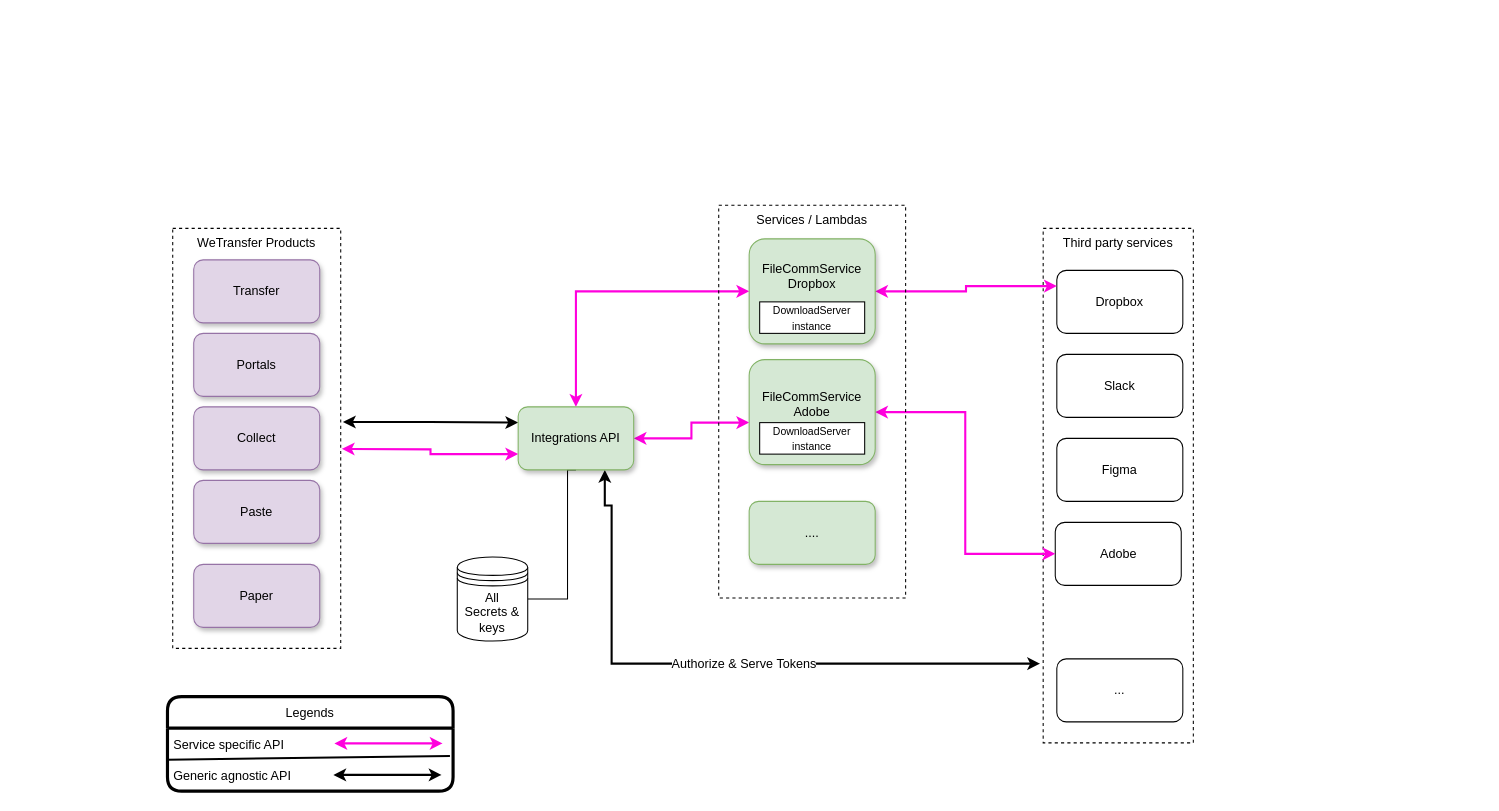
Above: arch/integrations_architecture_custom_v1.drawio in lao/integration-auth-poc (draw.io), before the change. Source tidied: cells renumbered, new cells numbered last; positions are measured from the earlier drawing's top-left corner, leaving out a move shared by most shapes. Both pictures are drawn from the tidied source at 105%, with x=0, y=0 at pixel (167, 205).
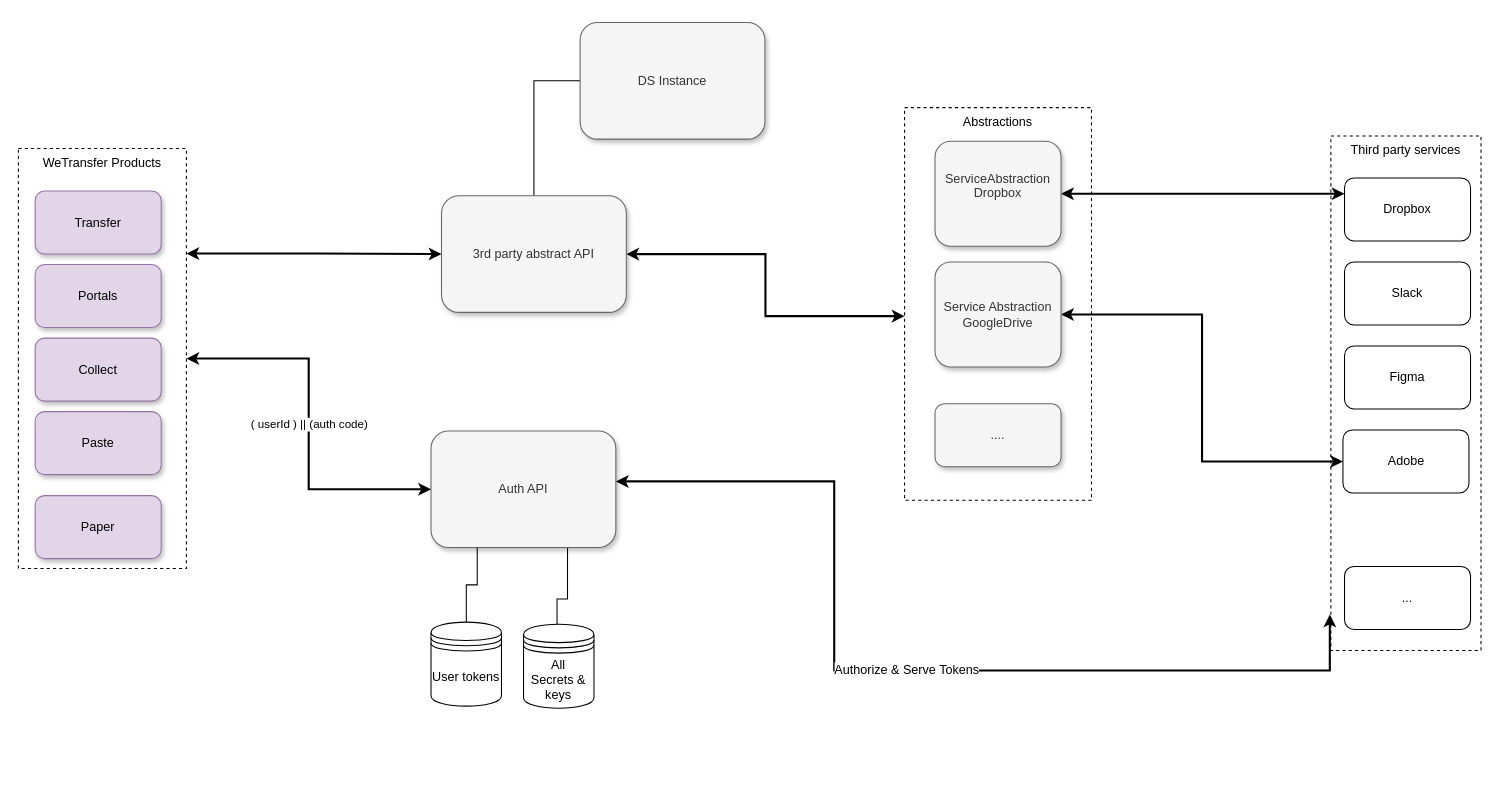
After the change.

Commit message (it also covers changes not shown here):
Add integration bridge architecture diagram

The change refers to these unchanged cells:
```xml
<mxCell id="16" value="Third party services" style="rounded=0;whiteSpace=wrap;html=1;fillColor=none;verticalAlign=top;dashed=1;" parent="15" vertex="1">
  <mxGeometry width="143" height="490" as="geometry" />
</mxCell>
<mxCell id="17" value="Dropbox" style="rounded=1;whiteSpace=wrap;html=1;shadow=0;" parent="15" vertex="1">
  <mxGeometry x="13" y="40" width="120" height="60" as="geometry" />
</mxCell>
<mxCell id="20" value="Adobe" style="rounded=1;whiteSpace=wrap;html=1;shadow=0;" parent="15" vertex="1">
  <mxGeometry x="11.5" y="280" width="120" height="60" as="geometry" />
</mxCell>
<mxCell id="26" style="group;strokeWidth=12;rounded=1;" parent="25" vertex="1">
  <mxGeometry width="178" height="374" as="geometry" />
</mxCell>
<mxCell id="29" style="group;" parent="25" vertex="1">
  <mxGeometry x="29" y="32" width="120" height="100" as="geometry" />
</mxCell>
<mxCell id="32" style="group;" parent="25" vertex="1">
  <mxGeometry x="29" y="147" width="120" height="100" as="geometry" />
</mxCell>
```

Diff of the diagram source:
```diff
@@
-    <mxCell id="2" style="edgeStyle=orthogonalEdgeStyle;rounded=0;jettySize=auto;html=1;exitX=1.013;exitY=0.461;exitDx=0;exitDy=0;entryX=0;entryY=0.25;entryDx=0;entryDy=0;startArrow=classic;startFill=1;exitPerimeter=0;strokeWidth=2;" parent="1" edge="1" source="3" target="13">
-      <mxGeometry relative="1" as="geometry" />
-    </mxCell>
-    <mxCell id="3" value="WeTransfer Products" style="rounded=0;whiteSpace=wrap;html=1;fillColor=none;dashed=1;verticalAlign=top;" parent="1" vertex="1">
-      <mxGeometry x="5" y="22" width="160" height="400" as="geometry" />
-    </mxCell>
-    <mxCell id="4" value="Collect" style="rounded=1;whiteSpace=wrap;html=1;shadow=1;fillColor=#e1d5e7;strokeColor=#9673a6;" parent="1" vertex="1">
-      <mxGeometry x="25" y="192" width="120" height="60" as="geometry" />
-    </mxCell>
-    <mxCell id="5" value="Transfer" style="rounded=1;whiteSpace=wrap;html=1;shadow=1;fillColor=#e1d5e7;strokeColor=#9673a6;" parent="1" vertex="1">
-      <mxGeometry x="25" y="52" width="120" height="60" as="geometry" />
-    </mxCell>
-    <mxCell id="6" value="Paste" style="rounded=1;whiteSpace=wrap;html=1;shadow=1;fillColor=#e1d5e7;strokeColor=#9673a6;" parent="1" vertex="1">
-      <mxGeometry x="25" y="262" width="120" height="60" as="geometry" />
-    </mxCell>
-    <mxCell id="7" value="Portals" style="rounded=1;whiteSpace=wrap;html=1;shadow=1;fillColor=#e1d5e7;strokeColor=#9673a6;" parent="1" vertex="1">
-      <mxGeometry x="25" y="122" width="120" height="60" as="geometry" />
-    </mxCell>
@@
-    <mxCell id="9" style="edgeStyle=orthogonalEdgeStyle;rounded=0;jettySize=auto;html=1;entryX=0;entryY=0.5;entryDx=0;entryDy=0;startArrow=classic;startFill=1;exitX=0.5;exitY=0;exitDx=0;exitDy=0;strokeColor=#FF00DD;strokeWidth=2;" parent="1" edge="1" source="13" target="30">
-      <mxGeometry relative="1" as="geometry" />
-    </mxCell>
-    <mxCell id="10" style="edgeStyle=orthogonalEdgeStyle;rounded=0;jettySize=auto;html=1;exitX=1;exitY=0.5;exitDx=0;exitDy=0;entryX=0;entryY=0.6;entryDx=0;entryDy=0;entryPerimeter=0;fontSize=10;startArrow=classic;startFill=1;strokeColor=#FF00DD;strokeWidth=2;" parent="1" edge="1" source="13" target="33">
-      <mxGeometry relative="1" as="geometry" />
-    </mxCell>
-    <mxCell id="11" style="edgeStyle=orthogonalEdgeStyle;rounded=0;jettySize=auto;html=1;exitX=0.75;exitY=1;exitDx=0;exitDy=0;entryX=-0.021;entryY=0.846;entryDx=0;entryDy=0;entryPerimeter=0;fontSize=10;startArrow=classic;startFill=1;strokeColor=#000000;strokeWidth=2;" parent="1" edge="1" source="13" target="16">
-      <mxGeometry relative="1" as="geometry">
-        <Array as="points">
-          <mxPoint x="417" y="286" />
-          <mxPoint x="423" y="286" />
-          <mxPoint x="423" y="437" />
-        </Array>
-      </mxGeometry>
-    </mxCell>
-    <mxCell id="12" value="Authorize &amp;amp; Serve Tokens" style="edgeLabel;html=1;align=center;verticalAlign=middle;fontSize=12;" parent="11" vertex="1">
-      <mxGeometry x="0.06" relative="1" as="geometry" />
+    <mxCell id="12" value="&lt;span style=&quot;color: rgb(0, 0, 0); font-family: helvetica; font-size: 12px; font-style: normal; font-weight: 400; letter-spacing: normal; text-align: center; text-indent: 0px; text-transform: none; word-spacing: 0px; background-color: rgb(255, 255, 255); display: inline; float: none;&quot;&gt;Authorize &amp;amp; Serve Tokens&lt;/span&gt;" style="edgeStyle=orthogonalEdgeStyle;rounded=0;jettySize=auto;html=1;entryX=-0.007;entryY=0.93;entryDx=0;entryDy=0;entryPerimeter=0;startArrow=classic;startFill=1;endArrow=classic;endFill=1;strokeColor=#000000;strokeWidth=2;" parent="1" edge="1" source="13" target="16">
+      <mxGeometry relative="1" as="geometry">
+        <Array as="points">
+          <mxPoint x="635" y="263" />
+          <mxPoint x="635" y="443" />
+          <mxPoint x="1107" y="443" />
+        </Array>
+      </mxGeometry>
     </mxCell>
-    <mxCell id="13" value="Integrations API" style="rounded=1;whiteSpace=wrap;html=1;shadow=1;fillColor=#d5e8d4;strokeColor=#82b366;" parent="1" vertex="1">
-      <mxGeometry x="334" y="192" width="110" height="60" as="geometry" />
+    <mxCell id="13" value="Auth API" style="rounded=1;whiteSpace=wrap;html=1;shadow=1;fillColor=#f5f5f5;strokeColor=#666666;fontColor=#333333;" parent="1" vertex="1">
+      <mxGeometry x="251" y="215" width="176" height="111" as="geometry" />
     </mxCell>
     <mxCell id="14" value="All&lt;br&gt;Secrets &amp;amp; keys" style="shape=datastore;whiteSpace=wrap;html=1;" parent="1" vertex="1">
-      <mxGeometry x="276" y="335" width="67.1" height="80" as="geometry" />
+      <mxGeometry x="339.1" y="399" width="67.1" height="80" as="geometry" />
     </mxCell>
     <mxCell id="15" style="group;strokeWidth=5;" parent="1" vertex="1">
-      <mxGeometry x="834" y="22" width="143" height="490" as="geometry" />
+      <mxGeometry x="1108" y="-66" width="143" height="490" as="geometry" />
     </mxCell>
@@
-    <mxCell id="22" style="edgeStyle=orthogonalEdgeStyle;rounded=0;jettySize=auto;html=1;entryX=0;entryY=0.25;entryDx=0;entryDy=0;startArrow=classic;startFill=1;strokeColor=#FF00DD;strokeWidth=2;" parent="1" edge="1" source="30" target="17">
+    <mxCell id="22" style="edgeStyle=orthogonalEdgeStyle;rounded=0;jettySize=auto;html=1;entryX=0;entryY=0.25;entryDx=0;entryDy=0;startArrow=classic;startFill=1;strokeColor=#000000;strokeWidth=2;" parent="1" edge="1" source="30" target="17">
       <mxGeometry relative="1" as="geometry" />
     </mxCell>
-    <mxCell id="23" value="Paper" style="rounded=1;whiteSpace=wrap;html=1;shadow=1;fillColor=#e1d5e7;strokeColor=#9673a6;" parent="1" vertex="1">
-      <mxGeometry x="25" y="342" width="120" height="60" as="geometry" />
-    </mxCell>
-    <mxCell id="24" style="edgeStyle=orthogonalEdgeStyle;rounded=0;jettySize=auto;html=1;exitX=1;exitY=0.5;exitDx=0;exitDy=0;entryX=0;entryY=0.5;entryDx=0;entryDy=0;fontSize=10;startArrow=classic;startFill=1;strokeColor=#FF00DD;strokeWidth=2;" parent="1" edge="1" source="33" target="20">
+    <mxCell id="24" style="edgeStyle=orthogonalEdgeStyle;rounded=0;jettySize=auto;html=1;exitX=1;exitY=0.5;exitDx=0;exitDy=0;entryX=0;entryY=0.5;entryDx=0;entryDy=0;fontSize=10;startArrow=classic;startFill=1;strokeColor=#000000;strokeWidth=2;" parent="1" edge="1" source="33" target="20">
       <mxGeometry relative="1" as="geometry" />
     </mxCell>
     <mxCell id="25" style="group;" parent="1" vertex="1">
-      <mxGeometry x="525" width="178" height="374" as="geometry" />
+      <mxGeometry x="702" y="-93" width="178" height="374" as="geometry" />
     </mxCell>
@@
-    <mxCell id="27" value="Services / Lambdas" style="rounded=0;whiteSpace=wrap;html=1;fillColor=none;verticalAlign=top;dashed=1;" parent="26" vertex="1">
+    <mxCell id="27" value="Abstractions" style="rounded=0;whiteSpace=wrap;html=1;fillColor=none;verticalAlign=top;dashed=1;" parent="26" vertex="1">
       <mxGeometry width="178" height="374" as="geometry" />
     </mxCell>
-    <mxCell id="28" value="...." style="rounded=1;whiteSpace=wrap;html=1;shadow=1;fillColor=#d5e8d4;strokeColor=#82b366;" parent="25" vertex="1">
+    <mxCell id="28" value="...." style="rounded=1;whiteSpace=wrap;html=1;shadow=1;fillColor=#f5f5f5;strokeColor=#666666;fontColor=#333333;" parent="25" vertex="1">
       <mxGeometry x="29" y="282" width="120" height="60" as="geometry" />
     </mxCell>
@@
-    <mxCell id="30" value="FileCommService&lt;br&gt;Dropbox&lt;br&gt;&lt;br&gt;&lt;br&gt;" style="rounded=1;whiteSpace=wrap;html=1;shadow=1;fillColor=#d5e8d4;strokeColor=#82b366;" parent="29" vertex="1">
+    <mxCell id="30" value="ServiceAbstraction&lt;br&gt;Dropbox&lt;br&gt;&lt;br&gt;" style="rounded=1;whiteSpace=wrap;html=1;shadow=1;fillColor=#f5f5f5;strokeColor=#666666;fontColor=#333333;" parent="29" vertex="1">
       <mxGeometry width="120" height="100" as="geometry" />
     </mxCell>
-    <mxCell id="31" value="&lt;font style=&quot;font-size: 10px&quot;&gt;DownloadServer instance&lt;/font&gt;" style="rounded=0;whiteSpace=wrap;html=1;" parent="29" vertex="1">
-      <mxGeometry x="10" y="60" width="100" height="30" as="geometry" />
-    </mxCell>
@@
-    <mxCell id="33" value="FileCommService&lt;br&gt;Adobe&lt;br&gt;&lt;br&gt;" style="rounded=1;whiteSpace=wrap;html=1;shadow=1;fillColor=#d5e8d4;strokeColor=#82b366;" parent="32" vertex="1">
+    <mxCell id="33" value="Service Abstraction&lt;br&gt;GoogleDrive&lt;br&gt;" style="rounded=1;whiteSpace=wrap;html=1;shadow=1;fillColor=#f5f5f5;strokeColor=#666666;fontColor=#333333;" parent="32" vertex="1">
       <mxGeometry width="120" height="100" as="geometry" />
     </mxCell>
-    <mxCell id="34" value="&lt;font style=&quot;font-size: 10px&quot;&gt;DownloadServer instance&lt;/font&gt;" style="rounded=0;whiteSpace=wrap;html=1;" parent="32" vertex="1">
-      <mxGeometry x="10" y="60" width="100" height="30" as="geometry" />
-    </mxCell>
-    <mxCell id="35" style="edgeStyle=orthogonalEdgeStyle;rounded=0;jettySize=auto;html=1;entryX=0;entryY=0.75;entryDx=0;entryDy=0;startArrow=classic;startFill=1;strokeColor=#FF00DD;strokeWidth=2;" parent="1" edge="1" target="13">
-      <mxGeometry relative="1" as="geometry">
-        <mxPoint x="166" y="232" as="sourcePoint" />
-      </mxGeometry>
-    </mxCell>
-    <mxCell id="36" value="Legends" style="swimlane;fontStyle=0;horizontal=1;startSize=30;rounded=1;fontSize=12;strokeWidth=3;" parent="1" vertex="1">
-      <mxGeometry y="468" width="272" height="90" as="geometry" />
-    </mxCell>
-    <mxCell id="37" style="endArrow=none;html=1;rounded=0;fontSize=12;strokeColor=#000000;strokeWidth=2;entryX=0.989;entryY=-0.117;entryDx=0;entryDy=0;entryPerimeter=0;" parent="36" edge="1">
-      <mxGeometry relative="1" as="geometry">
-        <mxPoint y="60" as="sourcePoint" />
-        <mxPoint x="269" y="56.5" as="targetPoint" />
-      </mxGeometry>
-    </mxCell>
-    <mxCell id="38" style="endArrow=classic;startArrow=classic;html=1;rounded=0;fontSize=12;strokeColor=#FF00DD;strokeWidth=2;" parent="36" edge="1">
-      <mxGeometry relative="1" as="geometry">
-        <mxPoint x="159" y="44.5" as="sourcePoint" />
-        <mxPoint x="262" y="44.5" as="targetPoint" />
-      </mxGeometry>
-    </mxCell>
-    <mxCell id="39" value="Service specific API" style="text;strokeColor=none;fillColor=none;align=left;verticalAlign=middle;spacingLeft=4;spacingRight=4;overflow=hidden;rounded=1;fontSize=12;" parent="36" vertex="1">
-      <mxGeometry y="30" width="272" height="30" as="geometry" />
-    </mxCell>
-    <mxCell id="40" style="endArrow=classic;startArrow=classic;html=1;rounded=0;fontSize=12;strokeColor=#000000;strokeWidth=2;" parent="36" edge="1">
-      <mxGeometry relative="1" as="geometry">
-        <mxPoint x="158" y="74.5" as="sourcePoint" />
-        <mxPoint x="261" y="74.5" as="targetPoint" />
-      </mxGeometry>
-    </mxCell>
-    <mxCell id="41" value="Generic agnostic API" style="text;strokeColor=none;fillColor=none;align=left;verticalAlign=middle;spacingLeft=4;spacingRight=4;overflow=hidden;rounded=1;fontSize=12;" parent="36" vertex="1">
-      <mxGeometry y="60" width="272" height="30" as="geometry" />
-    </mxCell>
+    <mxCell id="42" style="edgeStyle=orthogonalEdgeStyle;rounded=0;jettySize=auto;html=1;entryX=0.25;entryY=1;entryDx=0;entryDy=0;startArrow=none;startFill=0;endArrow=none;endFill=0;strokeColor=#000000;strokeWidth=1;" parent="1" edge="1" source="43" target="13">
+      <mxGeometry relative="1" as="geometry" />
+    </mxCell>
+    <mxCell id="43" value="User tokens" style="shape=datastore;whiteSpace=wrap;html=1;" parent="1" vertex="1">
+      <mxGeometry x="251" y="397" width="67.1" height="80" as="geometry" />
+    </mxCell>
+    <mxCell id="44" style="group;" parent="1" vertex="1">
+      <mxGeometry x="-142" y="-54" width="160" height="400" as="geometry" />
+    </mxCell>
+    <mxCell id="3" value="WeTransfer Products" style="rounded=0;whiteSpace=wrap;html=1;fillColor=none;dashed=1;verticalAlign=top;" parent="44" vertex="1">
+      <mxGeometry width="160" height="400" as="geometry" />
+    </mxCell>
+    <mxCell id="4" value="Collect" style="rounded=1;whiteSpace=wrap;html=1;shadow=1;fillColor=#e1d5e7;strokeColor=#9673a6;" parent="44" vertex="1">
+      <mxGeometry x="16" y="180.5" width="120" height="60" as="geometry" />
+    </mxCell>
+    <mxCell id="5" value="Transfer" style="rounded=1;whiteSpace=wrap;html=1;shadow=1;fillColor=#e1d5e7;strokeColor=#9673a6;" parent="44" vertex="1">
+      <mxGeometry x="16" y="40.5" width="120" height="60" as="geometry" />
+    </mxCell>
+    <mxCell id="6" value="Paste" style="rounded=1;whiteSpace=wrap;html=1;shadow=1;fillColor=#e1d5e7;strokeColor=#9673a6;" parent="44" vertex="1">
+      <mxGeometry x="16" y="250.5" width="120" height="60" as="geometry" />
+    </mxCell>
+    <mxCell id="7" value="Portals" style="rounded=1;whiteSpace=wrap;html=1;shadow=1;fillColor=#e1d5e7;strokeColor=#9673a6;" parent="44" vertex="1">
+      <mxGeometry x="16" y="110.5" width="120" height="60" as="geometry" />
+    </mxCell>
+    <mxCell id="23" value="Paper" style="rounded=1;whiteSpace=wrap;html=1;shadow=1;fillColor=#e1d5e7;strokeColor=#9673a6;" parent="44" vertex="1">
+      <mxGeometry x="16" y="330.5" width="120" height="60" as="geometry" />
+    </mxCell>
+    <mxCell id="2" value="&lt;span style=&quot;color: rgb(0, 0, 0); font-family: helvetica; font-size: 11px; font-style: normal; font-weight: 400; letter-spacing: normal; text-align: center; text-indent: 0px; text-transform: none; word-spacing: 0px; background-color: rgb(255, 255, 255); display: inline; float: none;&quot;&gt;( userId ) || (auth code)&lt;/span&gt;" style="edgeStyle=orthogonalEdgeStyle;rounded=0;jettySize=auto;html=1;endArrow=classic;endFill=1;strokeColor=#000000;strokeWidth=2;startArrow=classic;startFill=1;" parent="1" edge="1" source="3" target="13">
+      <mxGeometry relative="1" as="geometry" />
+    </mxCell>
+    <mxCell id="45" style="edgeStyle=orthogonalEdgeStyle;rounded=0;jettySize=auto;html=1;entryX=0;entryY=0.5;entryDx=0;entryDy=0;startArrow=none;startFill=0;endArrow=none;endFill=0;strokeColor=#000000;strokeWidth=1;" parent="1" edge="1" source="47" target="48">
+      <mxGeometry relative="1" as="geometry" />
+    </mxCell>
+    <mxCell id="46" style="edgeStyle=orthogonalEdgeStyle;rounded=0;jettySize=auto;html=1;entryX=0;entryY=0.531;entryDx=0;entryDy=0;entryPerimeter=0;startArrow=classic;startFill=1;endArrow=classic;endFill=1;strokeColor=#000000;strokeWidth=2;" parent="1" edge="1" source="47" target="27">
+      <mxGeometry relative="1" as="geometry" />
+    </mxCell>
+    <mxCell id="47" value="3rd party abstract API" style="rounded=1;whiteSpace=wrap;html=1;shadow=1;fillColor=#f5f5f5;strokeColor=#666666;fontColor=#333333;" parent="1" vertex="1">
+      <mxGeometry x="261" y="-9" width="176" height="111" as="geometry" />
+    </mxCell>
+    <mxCell id="48" value="DS Instance" style="rounded=1;whiteSpace=wrap;html=1;shadow=1;fillColor=#f5f5f5;strokeColor=#666666;fontColor=#333333;" parent="1" vertex="1">
+      <mxGeometry x="393" y="-174" width="176" height="111" as="geometry" />
+    </mxCell>
+    <mxCell id="49" style="edgeStyle=orthogonalEdgeStyle;rounded=0;jettySize=auto;html=1;exitX=1;exitY=0.25;exitDx=0;exitDy=0;startArrow=classic;startFill=1;endArrow=classic;endFill=1;strokeColor=#000000;strokeWidth=2;" parent="1" edge="1" source="3" target="47">
+      <mxGeometry relative="1" as="geometry" />
+    </mxCell>
```
